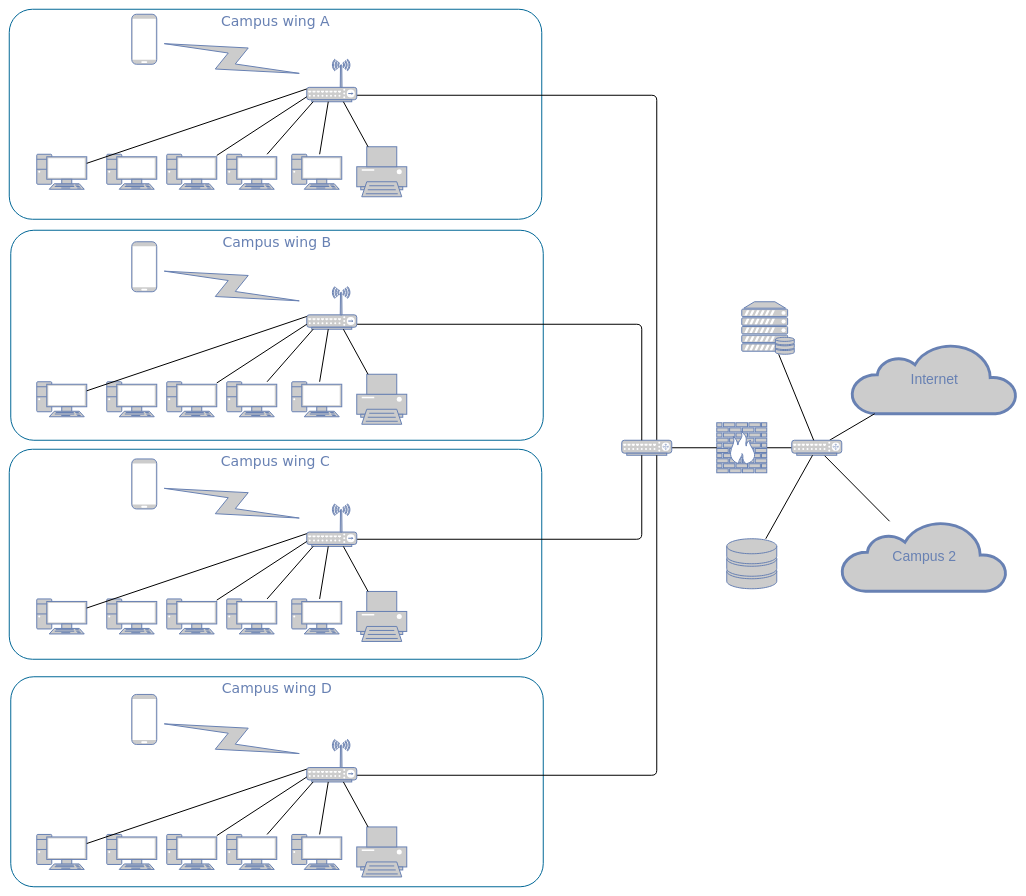
Before: Untitled Diagram.drawio in wr420/110Diagram, a draw.io diagram. Source tidied: cells renumbered, new cells numbered last; positions are measured from the earlier drawing's top-left corner, leaving out a move shared by most shapes. Both pictures are drawn from the tidied source at 50%, with x=0, y=0 at pixel (9, 9).
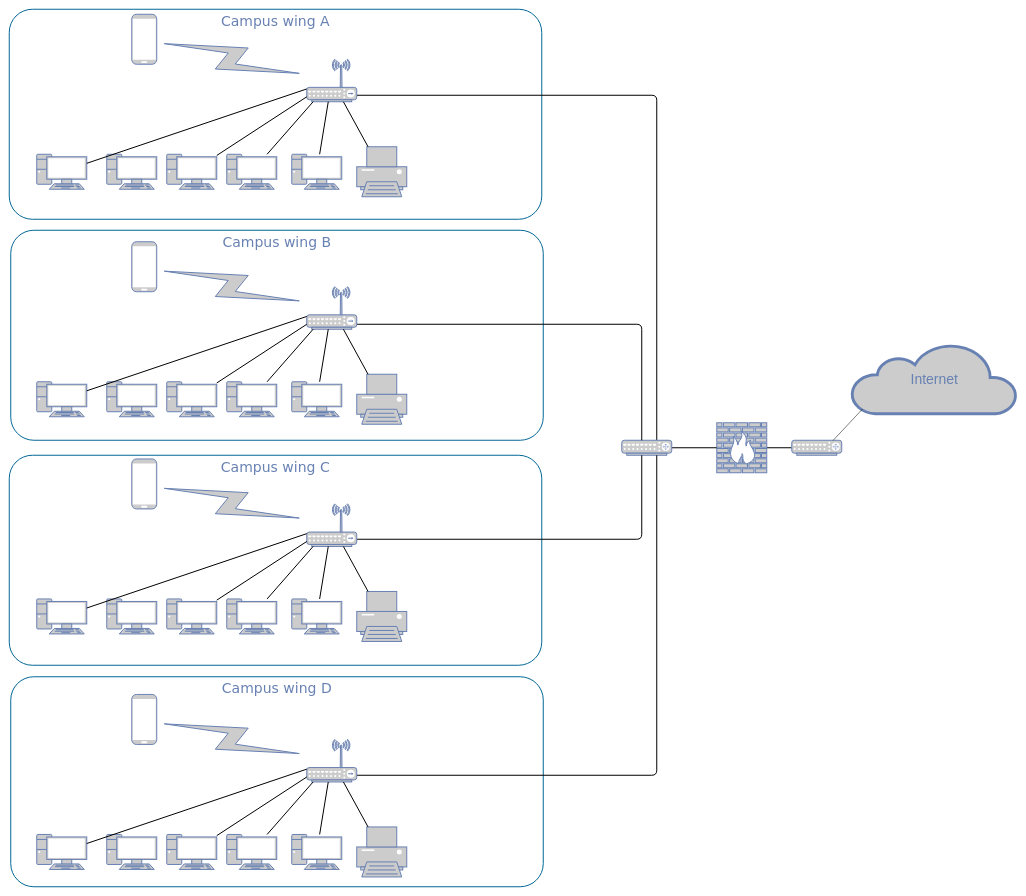
Above is the later version.

The change refers to these unchanged cells:
```xml
<mxCell id="55" value="Internet" style="html=1;fillColor=#CCCCCC;strokeColor=#6881B3;gradientColor=none;gradientDirection=north;strokeWidth=2;shape=mxgraph.networks.cloud;fontColor=#6881B3;rounded=0;shadow=0;comic=0;align=center;fontSize=28;" parent="1" vertex="1">
  <mxGeometry x="1685" y="669" width="330" height="140" as="geometry" />
</mxCell>
<mxCell id="58" style="fontColor=#0066CC;verticalAlign=top;verticalLabelPosition=bottom;labelPosition=center;align=center;html=1;fillColor=#CCCCCC;strokeColor=#6881B3;gradientColor=none;gradientDirection=north;strokeWidth=2;shape=mxgraph.networks.router;rounded=0;shadow=0;comic=0;" parent="1" vertex="1">
  <mxGeometry x="1565" y="862" width="100" height="30" as="geometry" />
</mxCell>
```

Change to the diagram source:
```diff
@@
     <mxCell id="3" value="Campus wing C" style="rounded=1;whiteSpace=wrap;html=1;shadow=0;comic=0;strokeColor=#036897;strokeWidth=2;fillColor=none;fontFamily=Verdana;fontSize=28;fontColor=#6881B3;align=center;arcSize=11;verticalAlign=top;" parent="1" vertex="1">
-      <mxGeometry y="880" width="1065" height="420" as="geometry" />
+      <mxGeometry y="892" width="1065" height="420" as="geometry" />
     </mxCell>
@@
-    <mxCell id="56" style="edgeStyle=none;html=1;labelBackgroundColor=none;endArrow=none;endFill=0;strokeWidth=2;fontFamily=Verdana;fontSize=28;fontColor=#6881B3;" parent="1" edge="1" source="58" target="55">
-      <mxGeometry relative="1" as="geometry" />
-    </mxCell>
-    <mxCell id="57" style="edgeStyle=none;html=1;labelBackgroundColor=none;endArrow=none;endFill=0;strokeWidth=2;fontFamily=Verdana;fontSize=28;fontColor=#6881B3;" parent="1" edge="1" source="58" target="78">
-      <mxGeometry relative="1" as="geometry" />
-    </mxCell>
@@
-    <mxCell id="59" style="edgeStyle=none;html=1;labelBackgroundColor=none;endArrow=none;endFill=0;strokeWidth=2;fontFamily=Verdana;fontSize=28;fontColor=#6881B3;" parent="1" edge="1" source="60" target="58">
-      <mxGeometry relative="1" as="geometry" />
-    </mxCell>
-    <mxCell id="60" style="fontColor=#0066CC;verticalAlign=top;verticalLabelPosition=bottom;labelPosition=center;align=center;html=1;fillColor=#CCCCCC;strokeColor=#6881B3;gradientColor=none;gradientDirection=north;strokeWidth=2;shape=mxgraph.networks.storage;rounded=0;shadow=0;comic=0;" parent="1" vertex="1">
-      <mxGeometry x="1435" y="1059" width="100" height="100" as="geometry" />
-    </mxCell>
-    <mxCell id="61" style="edgeStyle=none;html=1;labelBackgroundColor=none;endArrow=none;endFill=0;strokeWidth=2;fontFamily=Verdana;fontSize=28;fontColor=#6881B3;" parent="1" edge="1" source="62" target="58">
-      <mxGeometry relative="1" as="geometry" />
-    </mxCell>
-    <mxCell id="62" style="fontColor=#0066CC;verticalAlign=top;verticalLabelPosition=bottom;labelPosition=center;align=center;html=1;fillColor=#CCCCCC;strokeColor=#6881B3;gradientColor=none;gradientDirection=north;strokeWidth=2;shape=mxgraph.networks.server_storage;rounded=0;shadow=0;comic=0;" parent="1" vertex="1">
-      <mxGeometry x="1465" y="585" width="105" height="105" as="geometry" />
-    </mxCell>
@@
-    <mxCell id="78" value="Campus 2" style="html=1;fillColor=#CCCCCC;strokeColor=#6881B3;gradientColor=none;gradientDirection=north;strokeWidth=2;shape=mxgraph.networks.cloud;fontColor=#6881B3;rounded=0;shadow=0;comic=0;align=center;fontSize=28;" parent="1" vertex="1">
-      <mxGeometry x="1665" y="1024" width="330" height="140" as="geometry" />
-    </mxCell>
+    <mxCell id="79" style="endArrow=none;html=1;rounded=0;exitX=0.065;exitY=0.933;exitDx=0;exitDy=0;exitPerimeter=0;entryX=0.827;entryY=0.011;entryDx=0;entryDy=0;entryPerimeter=0;" parent="1" edge="1" source="55" target="58">
+      <mxGeometry relative="1" as="geometry" />
+    </mxCell>
```
